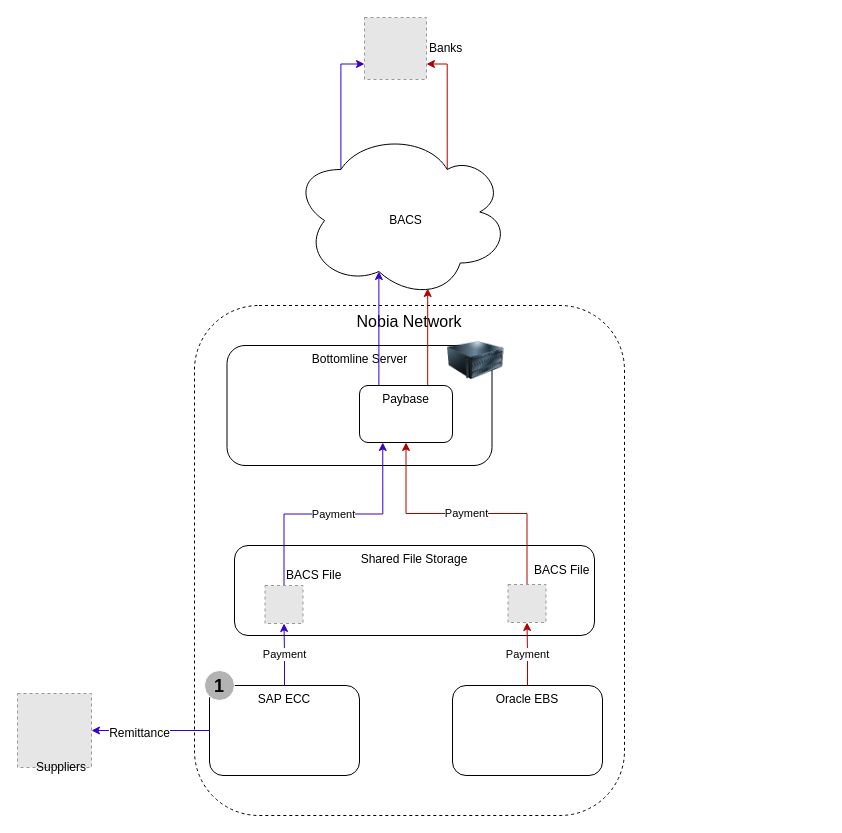
Above: page "Bottomline- Step 1" (4 of 9) of Bottomline.drawio in mrf742002/Diagrams (draw.io), before the change. Source tidied: cells renumbered, new cells numbered last; positions are measured from the earlier drawing's top-left corner, leaving out a move shared by most shapes. Both pictures are drawn from the tidied source at 100%, with x=0, y=0 at pixel (17, 17). Pictures stored in the file or linked from it are replaced by grey dashed boxes.
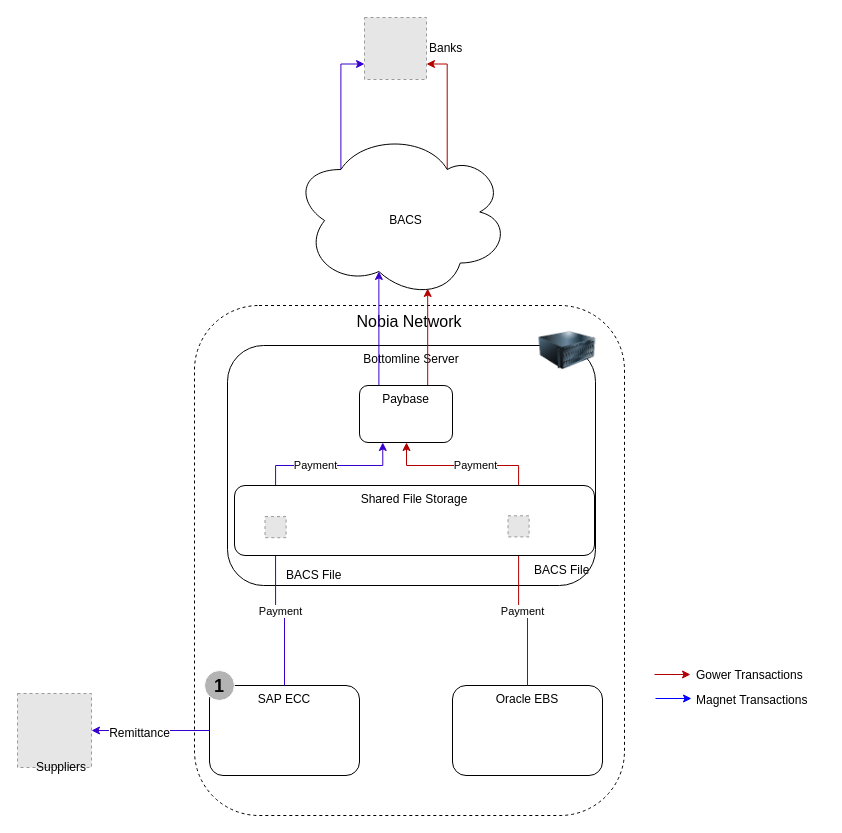
After the change.

Unchanged cells that the change refers to:
```xml
<mxCell id="10" value="Paybase" style="rounded=1;whiteSpace=wrap;html=1;verticalAlign=top;" parent="1" vertex="1">
  <mxGeometry x="342" y="368" width="93" height="57" as="geometry" />
</mxCell>
```

Change to the diagram source:
```diff
@@
     <mxCell id="3" value="Bottomline Server" style="rounded=1;whiteSpace=wrap;html=1;verticalAlign=top;" parent="1" vertex="1">
-      <mxGeometry x="209.5" y="328" width="265" height="120" as="geometry" />
+      <mxGeometry x="210" y="328" width="368" height="240" as="geometry" />
     </mxCell>
@@
     <mxCell id="11" style="image;html=1;labelBackgroundColor=#ffffff;image=img/lib/clip_art/computers/Server_128x128.png;" parent="1" vertex="1">
-      <mxGeometry x="430" y="318" width="57" height="50" as="geometry" />
+      <mxGeometry x="521.5" y="308" width="57" height="50" as="geometry" />
     </mxCell>
@@
-    <mxCell id="17" value="Shared File Storage" style="rounded=1;whiteSpace=wrap;html=1;verticalAlign=top;" parent="1" vertex="1">
-      <mxGeometry x="217" y="528" width="360" height="90" as="geometry" />
-    </mxCell>
     <mxCell id="18" value="Payment" style="edgeStyle=orthogonalEdgeStyle;rounded=0;jettySize=auto;html=1;exitX=0.5;exitY=0;exitDx=0;exitDy=0;entryX=0.25;entryY=1;entryDx=0;entryDy=0;fillColor=#6a00ff;strokeColor=#3700CC;" parent="1" edge="1" source="19" target="10">
-      <mxGeometry relative="1" as="geometry" />
+      <mxGeometry relative="1" as="geometry">
+        <Array as="points">
+          <mxPoint x="258" y="448" />
+          <mxPoint x="365" y="448" />
+        </Array>
+      </mxGeometry>
     </mxCell>
-    <mxCell id="19" style="fillColor=#E6E6E6;strokeColor=#999999;dashed=1;html=1;verticalAlign=top;verticalLabelPosition=bottom;labelBackgroundColor=#ffffff;" parent="1" vertex="1">
-      <mxGeometry x="247.5" y="568" width="38" height="38" as="geometry" />
-    </mxCell>
     <mxCell id="20" value="Payment" style="edgeStyle=orthogonalEdgeStyle;rounded=0;jettySize=auto;html=1;exitX=0.5;exitY=0;exitDx=0;exitDy=0;fillColor=#e51400;strokeColor=#B20000;" parent="1" edge="1" source="21" target="10">
-      <mxGeometry relative="1" as="geometry" />
+      <mxGeometry relative="1" as="geometry">
+        <Array as="points">
+          <mxPoint x="501" y="448" />
+          <mxPoint x="389" y="448" />
+        </Array>
+      </mxGeometry>
     </mxCell>
-    <mxCell id="21" style="fillColor=#E6E6E6;strokeColor=#999999;dashed=1;html=1;verticalAlign=top;verticalLabelPosition=bottom;labelBackgroundColor=#ffffff;" parent="1" vertex="1">
-      <mxGeometry x="490.5" y="567" width="38" height="38" as="geometry" />
-    </mxCell>
@@
+    <mxCell id="29" style="group;" parent="1" vertex="1">
+      <mxGeometry x="637" y="648" width="170" height="35" as="geometry" />
+    </mxCell>
+    <mxCell id="30" style="edgeStyle=orthogonalEdgeStyle;rounded=0;orthogonalLoop=1;jettySize=auto;html=1;fillColor=#e51400;strokeColor=#B20000;" parent="29" edge="1">
+      <mxGeometry x="-1" y="-34" relative="1" as="geometry">
+        <mxPoint y="9" as="sourcePoint" />
+        <mxPoint x="36" y="9" as="targetPoint" />
+      </mxGeometry>
+    </mxCell>
+    <mxCell id="31" style="edgeStyle=orthogonalEdgeStyle;rounded=0;orthogonalLoop=1;jettySize=auto;html=1;fillColor=#e51400;strokeColor=#0000FF;" parent="29" edge="1">
+      <mxGeometry x="-1" y="-34" relative="1" as="geometry">
+        <mxPoint x="1" y="33" as="sourcePoint" />
+        <mxPoint x="37" y="33" as="targetPoint" />
+      </mxGeometry>
+    </mxCell>
+    <mxCell id="32" value="Gower Transactions" style="text;html=1;align=left;verticalAlign=top;spacingTop=-4;" parent="29" vertex="1">
+      <mxGeometry x="40" width="120" height="10" as="geometry" />
+    </mxCell>
+    <mxCell id="33" value="Magnet Transactions" style="text;html=1;align=left;verticalAlign=top;spacingTop=-4;" parent="29" vertex="1">
+      <mxGeometry x="40" y="25" width="130" height="10" as="geometry" />
+    </mxCell>
+    <mxCell id="34" style="group;" parent="1" vertex="1">
+      <mxGeometry x="217" y="468" width="360" height="70" as="geometry" />
+    </mxCell>
+    <mxCell id="17" value="Shared File Storage" style="rounded=1;whiteSpace=wrap;html=1;verticalAlign=top;" parent="34" vertex="1">
+      <mxGeometry width="360" height="70" as="geometry" />
+    </mxCell>
+    <mxCell id="19" style="fillColor=#E6E6E6;strokeColor=#999999;dashed=1;html=1;verticalAlign=top;verticalLabelPosition=bottom;labelBackgroundColor=#ffffff;" parent="34" vertex="1">
+      <mxGeometry x="30.5" y="31.1" width="21.1" height="21.1" as="geometry" />
+    </mxCell>
+    <mxCell id="21" style="fillColor=#E6E6E6;strokeColor=#999999;dashed=1;html=1;verticalAlign=top;verticalLabelPosition=bottom;labelBackgroundColor=#ffffff;" parent="34" vertex="1">
+      <mxGeometry x="273.5" y="30.3" width="21.1" height="21.1" as="geometry" />
+    </mxCell>
```
